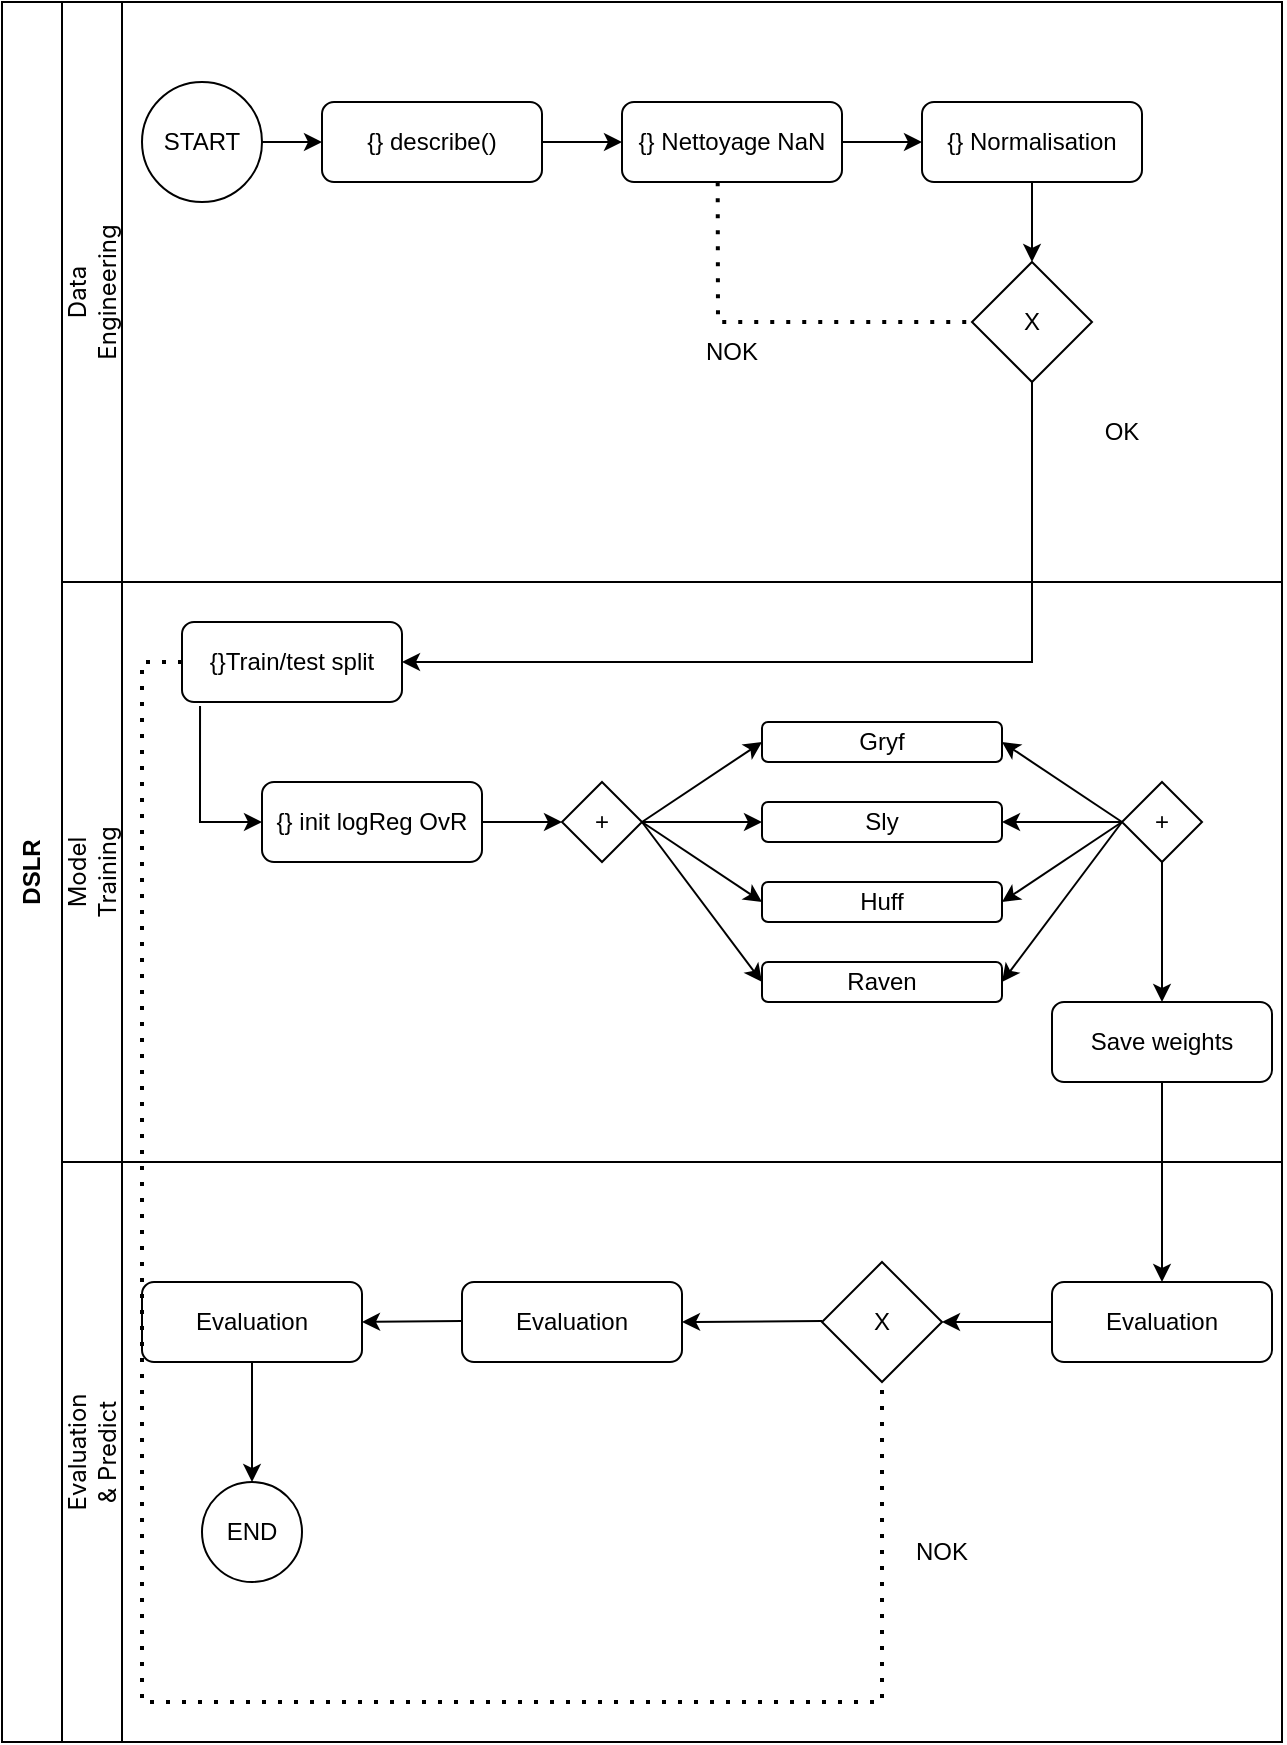
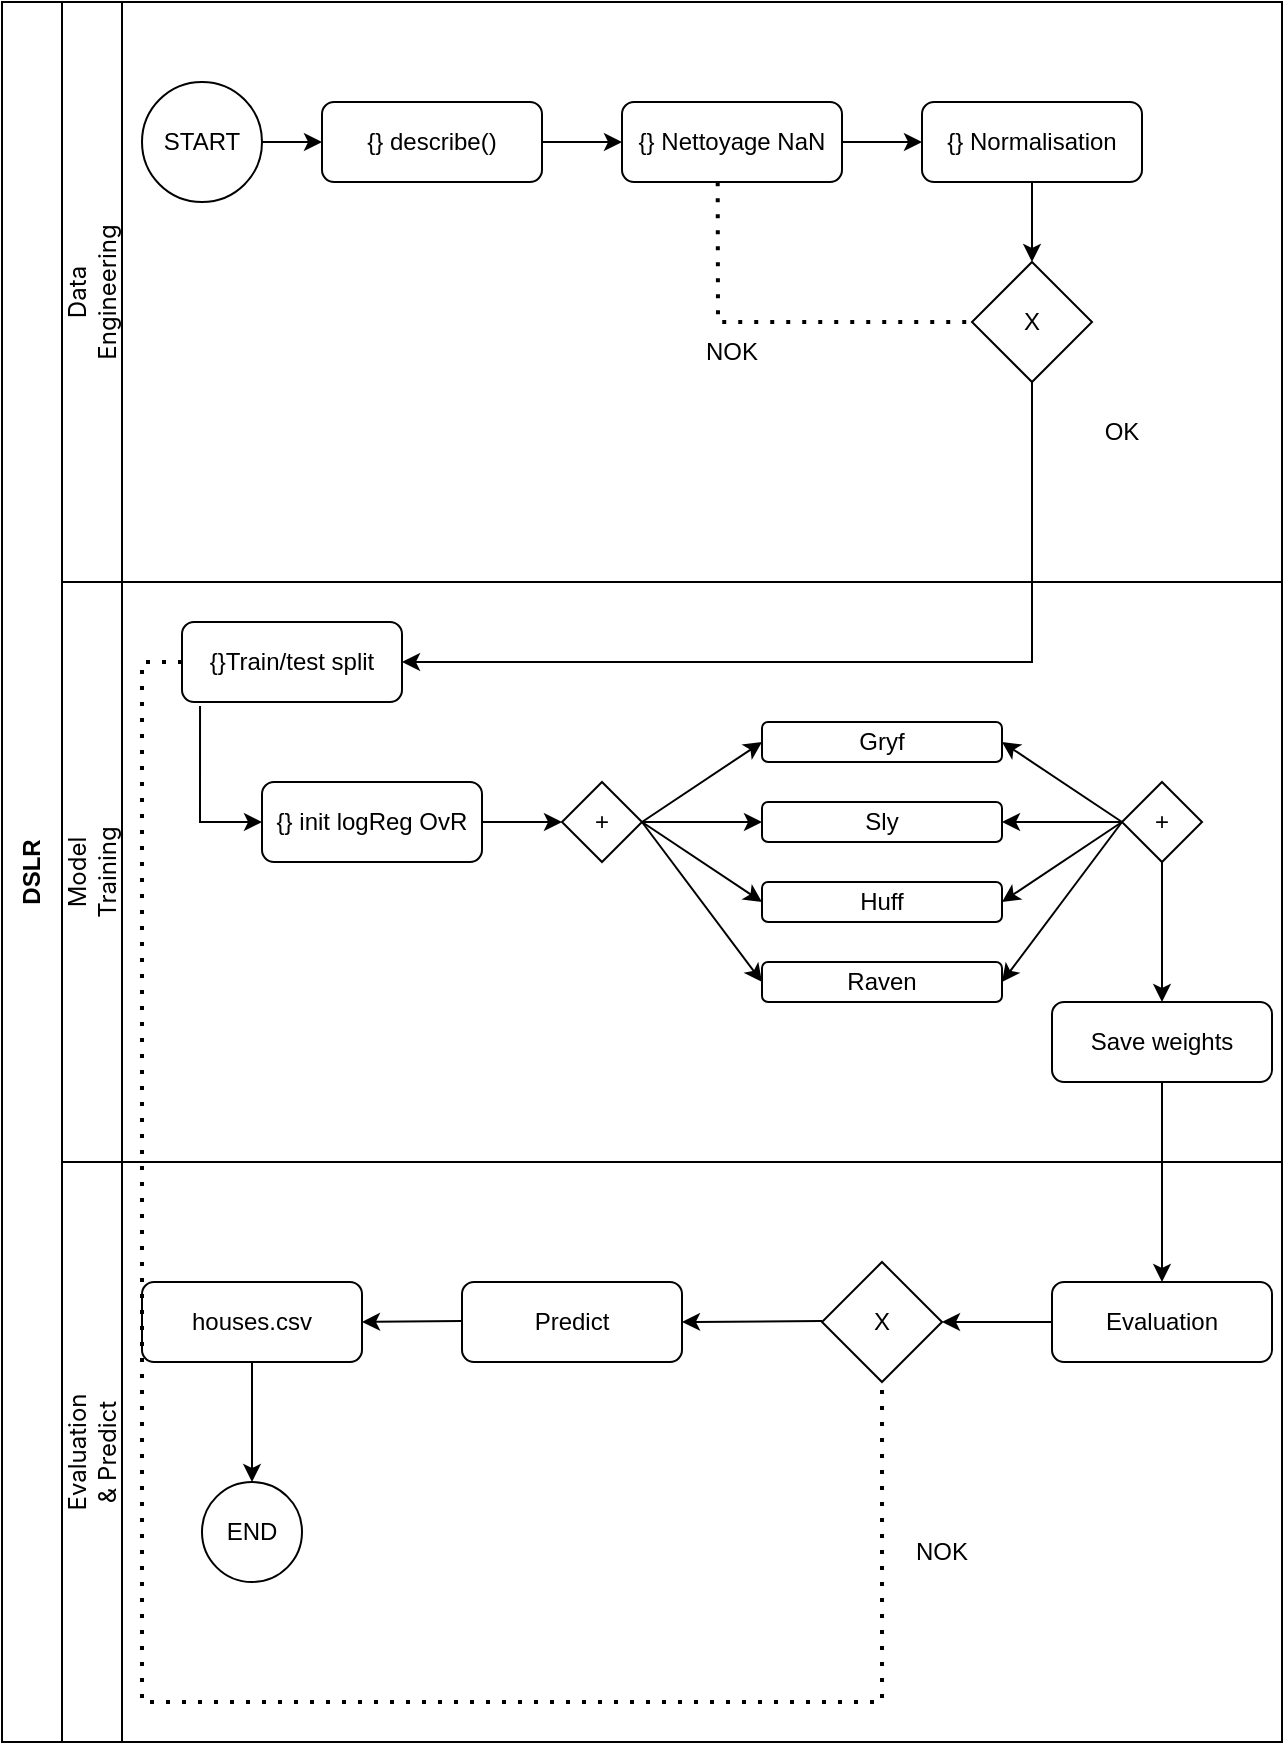
<mxfile host="app.diagrams.net">
  <diagram name="Page-1" id="0tKCiW2H9U9yNMpW7Atb">
    <mxGraphModel dx="1284" dy="913" grid="1" gridSize="10" guides="1" tooltips="1" connect="1" arrows="1" fold="1" page="1" pageScale="1" pageWidth="827" pageHeight="1169" math="0" shadow="0">
      <root>
        <mxCell id="0" />
        <mxCell id="1" parent="0" />
        <mxCell id="MoVcxeQHBZMtHFU29h8S-1" parent="1" style="swimlane;horizontal=0;whiteSpace=wrap;html=1;startSize=30;" value="DSLR" vertex="1">
          <mxGeometry height="870" width="640" x="80" y="30" as="geometry" />
        </mxCell>
        <mxCell id="MoVcxeQHBZMtHFU29h8S-6" parent="MoVcxeQHBZMtHFU29h8S-1" style="rounded=0;whiteSpace=wrap;html=1;" value="" vertex="1">
          <mxGeometry height="290" width="30" x="30" as="geometry" />
        </mxCell>
        <mxCell id="MoVcxeQHBZMtHFU29h8S-7" parent="MoVcxeQHBZMtHFU29h8S-1" style="rounded=0;whiteSpace=wrap;html=1;" value="" vertex="1">
          <mxGeometry height="290" width="30" x="30" y="290" as="geometry" />
        </mxCell>
        <mxCell id="MoVcxeQHBZMtHFU29h8S-8" parent="MoVcxeQHBZMtHFU29h8S-1" style="rounded=0;whiteSpace=wrap;html=1;" value="" vertex="1">
          <mxGeometry height="290" width="30" x="30" y="580" as="geometry" />
        </mxCell>
        <mxCell id="MoVcxeQHBZMtHFU29h8S-11" parent="MoVcxeQHBZMtHFU29h8S-1" style="text;html=1;whiteSpace=wrap;strokeColor=none;fillColor=none;align=center;verticalAlign=middle;rounded=0;rotation=-90;" value="&lt;span style=&quot;color: rgba(0, 0, 0, 0); font-family: monospace; font-size: 0px; text-align: start; text-wrap-mode: nowrap;&quot;&gt;%3CmxGraphModel%3E%3Croot%3E%3CmxCell%20id%3D%220%22%2F%3E%3CmxCell%20id%3D%221%22%20parent%3D%220%22%2F%3E%3CmxCell%20id%3D%222%22%20parent%3D%221%22%20style%3D%22text%3Bhtml%3D1%3BwhiteSpace%3Dwrap%3BstrokeColor%3Dnone%3BfillColor%3Dnone%3Balign%3Dcenter%3BverticalAlign%3Dmiddle%3Brounded%3D0%3Brotation%3D-90%3B%22%20value%3D%22%26lt%3Bspan%20style%3D%26quot%3Bfont-family%3A%20%26amp%3Bquot%3BAnthropic%20Sans%26amp%3Bquot%3B%2C%20-apple-system%2C%20BlinkMacSystemFont%2C%20%26amp%3Bquot%3BSegoe%20UI%26amp%3Bquot%3B%2C%20sans-serif%3B%20text-align%3A%20start%3B%20text-wrap-mode%3A%20nowrap%3B%26quot%3B%26gt%3BData%20Engineering%26lt%3B%2Fspan%26gt%3B%22%20vertex%3D%221%22%3E%3CmxGeometry%20height%3D%2230%22%20width%3D%2260%22%20x%3D%2295%22%20y%3D%22130%22%20as%3D%22geometry%22%2F%3E%3C%2FmxCell%3E%3C%2Froot%3E%3C%2FmxGraphModel%3E&lt;/span&gt;&lt;span style=&quot;font-family: &amp;quot;Anthropic Sans&amp;quot;, -apple-system, BlinkMacSystemFont, &amp;quot;Segoe UI&amp;quot;, sans-serif; text-align: start; text-wrap-mode: nowrap;&quot;&gt;Model Training&lt;/span&gt;" vertex="1">
          <mxGeometry height="30" width="60" x="15" y="420" as="geometry" />
        </mxCell>
        <mxCell id="MoVcxeQHBZMtHFU29h8S-9" parent="MoVcxeQHBZMtHFU29h8S-1" style="text;html=1;whiteSpace=wrap;strokeColor=none;fillColor=none;align=center;verticalAlign=middle;rounded=0;rotation=-90;" value="&lt;span style=&quot;font-family: &amp;quot;Anthropic Sans&amp;quot;, -apple-system, BlinkMacSystemFont, &amp;quot;Segoe UI&amp;quot;, sans-serif; text-align: start; text-wrap-mode: nowrap;&quot;&gt;Data Engineering&lt;/span&gt;" vertex="1">
          <mxGeometry height="30" width="60" x="15" y="130" as="geometry" />
        </mxCell>
        <mxCell id="MoVcxeQHBZMtHFU29h8S-12" parent="MoVcxeQHBZMtHFU29h8S-1" style="text;html=1;whiteSpace=wrap;strokeColor=none;fillColor=none;align=center;verticalAlign=middle;rounded=0;rotation=-90;" value="&lt;span style=&quot;font-family: &amp;quot;Anthropic Sans&amp;quot;, -apple-system, BlinkMacSystemFont, &amp;quot;Segoe UI&amp;quot;, sans-serif; text-align: start; text-wrap-mode: nowrap;&quot;&gt;Evaluation &amp;amp; Predict&lt;/span&gt;" vertex="1">
          <mxGeometry height="30" width="60" x="15" y="710" as="geometry" />
        </mxCell>
        <mxCell id="MoVcxeQHBZMtHFU29h8S-14" edge="1" parent="MoVcxeQHBZMtHFU29h8S-1" style="endArrow=none;html=1;rounded=0;exitX=1;exitY=0;exitDx=0;exitDy=0;" value="">
          <mxGeometry height="50" relative="1" width="50" as="geometry">
            <mxPoint x="60" y="290" as="sourcePoint" />
            <mxPoint x="640" y="290" as="targetPoint" />
          </mxGeometry>
        </mxCell>
        <mxCell id="MoVcxeQHBZMtHFU29h8S-16" parent="MoVcxeQHBZMtHFU29h8S-1" style="ellipse;whiteSpace=wrap;html=1;aspect=fixed;" value="START" vertex="1">
          <mxGeometry height="60" width="60" x="70" y="40" as="geometry" />
        </mxCell>
        <mxCell id="MoVcxeQHBZMtHFU29h8S-17" parent="MoVcxeQHBZMtHFU29h8S-1" style="rounded=1;whiteSpace=wrap;html=1;" value="{} describe()" vertex="1">
          <mxGeometry height="40" width="110" x="160" y="50" as="geometry" />
        </mxCell>
        <mxCell id="MoVcxeQHBZMtHFU29h8S-18" parent="MoVcxeQHBZMtHFU29h8S-1" style="rounded=1;whiteSpace=wrap;html=1;" value="{} Nettoyage NaN" vertex="1">
          <mxGeometry height="40" width="110" x="310" y="50" as="geometry" />
        </mxCell>
        <mxCell id="MoVcxeQHBZMtHFU29h8S-19" parent="MoVcxeQHBZMtHFU29h8S-1" style="rounded=1;whiteSpace=wrap;html=1;" value="{} Normalisation" vertex="1">
          <mxGeometry height="40" width="110" x="460" y="50" as="geometry" />
        </mxCell>
        <mxCell id="MoVcxeQHBZMtHFU29h8S-20" edge="1" parent="MoVcxeQHBZMtHFU29h8S-1" source="MoVcxeQHBZMtHFU29h8S-16" style="endArrow=classic;html=1;rounded=0;exitX=1;exitY=0.5;exitDx=0;exitDy=0;entryX=0;entryY=0.5;entryDx=0;entryDy=0;" target="MoVcxeQHBZMtHFU29h8S-17" value="">
          <mxGeometry height="50" relative="1" width="50" as="geometry">
            <mxPoint x="290" y="300" as="sourcePoint" />
            <mxPoint x="340" y="250" as="targetPoint" />
          </mxGeometry>
        </mxCell>
        <mxCell id="MoVcxeQHBZMtHFU29h8S-21" edge="1" parent="MoVcxeQHBZMtHFU29h8S-1" source="MoVcxeQHBZMtHFU29h8S-17" style="endArrow=classic;html=1;rounded=0;entryX=0;entryY=0.5;entryDx=0;entryDy=0;exitX=1;exitY=0.5;exitDx=0;exitDy=0;" target="MoVcxeQHBZMtHFU29h8S-18" value="">
          <mxGeometry height="50" relative="1" width="50" as="geometry">
            <mxPoint x="280" y="150" as="sourcePoint" />
            <mxPoint x="200" y="170" as="targetPoint" />
          </mxGeometry>
        </mxCell>
        <mxCell id="MoVcxeQHBZMtHFU29h8S-22" edge="1" parent="MoVcxeQHBZMtHFU29h8S-1" source="MoVcxeQHBZMtHFU29h8S-18" style="endArrow=classic;html=1;rounded=0;exitX=1;exitY=0.5;exitDx=0;exitDy=0;entryX=0;entryY=0.5;entryDx=0;entryDy=0;" target="MoVcxeQHBZMtHFU29h8S-19" value="">
          <mxGeometry height="50" relative="1" width="50" as="geometry">
            <mxPoint x="300" y="310" as="sourcePoint" />
            <mxPoint x="330" y="310" as="targetPoint" />
          </mxGeometry>
        </mxCell>
        <mxCell id="NjFdwsVWSedzDXnufngj-1" parent="MoVcxeQHBZMtHFU29h8S-1" style="rhombus;whiteSpace=wrap;html=1;" value="X" vertex="1">
          <mxGeometry height="60" width="60" x="485" y="130" as="geometry" />
        </mxCell>
        <mxCell id="NjFdwsVWSedzDXnufngj-2" edge="1" parent="MoVcxeQHBZMtHFU29h8S-1" source="MoVcxeQHBZMtHFU29h8S-19" style="endArrow=classic;html=1;rounded=0;exitX=0.5;exitY=1;exitDx=0;exitDy=0;entryX=0.5;entryY=0;entryDx=0;entryDy=0;" target="NjFdwsVWSedzDXnufngj-1" value="">
          <mxGeometry height="50" relative="1" width="50" as="geometry">
            <mxPoint x="310" y="460" as="sourcePoint" />
            <mxPoint x="360" y="410" as="targetPoint" />
          </mxGeometry>
        </mxCell>
        <mxCell id="NjFdwsVWSedzDXnufngj-3" edge="1" parent="MoVcxeQHBZMtHFU29h8S-1" source="MoVcxeQHBZMtHFU29h8S-18" style="endArrow=none;dashed=1;html=1;dashPattern=1 3;strokeWidth=2;rounded=0;exitX=0.435;exitY=1.003;exitDx=0;exitDy=0;exitPerimeter=0;entryX=0;entryY=0.5;entryDx=0;entryDy=0;" target="NjFdwsVWSedzDXnufngj-1" value="">
          <mxGeometry height="50" relative="1" width="50" as="geometry">
            <Array as="points">
              <mxPoint x="358" y="160" />
            </Array>
            <mxPoint x="310" y="460" as="sourcePoint" />
            <mxPoint x="360" y="410" as="targetPoint" />
          </mxGeometry>
        </mxCell>
        <mxCell id="Y2pQFW4uB6nNZTh3tdt7-1" parent="MoVcxeQHBZMtHFU29h8S-1" style="rounded=1;whiteSpace=wrap;html=1;" value="{}Train/test split" vertex="1">
          <mxGeometry height="40" width="110" x="90" y="310" as="geometry" />
        </mxCell>
        <mxCell id="Y2pQFW4uB6nNZTh3tdt7-2" parent="MoVcxeQHBZMtHFU29h8S-1" style="text;html=1;whiteSpace=wrap;strokeColor=none;fillColor=none;align=center;verticalAlign=middle;rounded=0;" value="OK" vertex="1">
          <mxGeometry height="30" width="60" x="530" y="200" as="geometry" />
        </mxCell>
        <mxCell id="Y2pQFW4uB6nNZTh3tdt7-3" parent="MoVcxeQHBZMtHFU29h8S-1" style="text;html=1;whiteSpace=wrap;strokeColor=none;fillColor=none;align=center;verticalAlign=middle;rounded=0;" value="NOK" vertex="1">
          <mxGeometry height="30" width="60" x="335" y="160" as="geometry" />
        </mxCell>
        <mxCell id="NjFdwsVWSedzDXnufngj-4" edge="1" parent="MoVcxeQHBZMtHFU29h8S-1" source="NjFdwsVWSedzDXnufngj-1" style="endArrow=classic;html=1;rounded=0;exitX=0.5;exitY=1;exitDx=0;exitDy=0;entryX=1;entryY=0.5;entryDx=0;entryDy=0;" target="Y2pQFW4uB6nNZTh3tdt7-1" value="">
          <mxGeometry height="50" relative="1" width="50" as="geometry">
            <Array as="points">
              <mxPoint x="515" y="330" />
            </Array>
            <mxPoint x="310" y="460" as="sourcePoint" />
            <mxPoint x="260" y="330" as="targetPoint" />
          </mxGeometry>
        </mxCell>
        <mxCell id="ep6Vcv9k_6ox0c88zH7_-3" edge="1" parent="MoVcxeQHBZMtHFU29h8S-1" source="ep6Vcv9k_6ox0c88zH7_-2" style="edgeStyle=orthogonalEdgeStyle;rounded=0;orthogonalLoop=1;jettySize=auto;html=1;exitX=0;exitY=0.5;exitDx=0;exitDy=0;">
          <mxGeometry relative="1" as="geometry">
            <mxPoint x="160" y="410" as="targetPoint" />
          </mxGeometry>
        </mxCell>
        <mxCell id="ep6Vcv9k_6ox0c88zH7_-18" edge="1" parent="MoVcxeQHBZMtHFU29h8S-1" source="ep6Vcv9k_6ox0c88zH7_-2" style="edgeStyle=orthogonalEdgeStyle;rounded=0;orthogonalLoop=1;jettySize=auto;html=1;" target="ep6Vcv9k_6ox0c88zH7_-16" value="">
          <mxGeometry relative="1" as="geometry" />
        </mxCell>
        <mxCell id="ep6Vcv9k_6ox0c88zH7_-2" parent="MoVcxeQHBZMtHFU29h8S-1" style="rounded=1;whiteSpace=wrap;html=1;" value="{} init logReg OvR" vertex="1">
          <mxGeometry height="40" width="110" x="130" y="390" as="geometry" />
        </mxCell>
        <mxCell id="ep6Vcv9k_6ox0c88zH7_-5" edge="1" parent="MoVcxeQHBZMtHFU29h8S-1" style="endArrow=classic;html=1;rounded=0;exitX=1;exitY=0.5;exitDx=0;exitDy=0;" value="">
          <mxGeometry height="50" relative="1" width="50" as="geometry">
            <Array as="points" />
            <mxPoint x="320" y="410" as="sourcePoint" />
            <mxPoint x="380" y="410" as="targetPoint" />
          </mxGeometry>
        </mxCell>
        <mxCell id="ep6Vcv9k_6ox0c88zH7_-6" edge="1" parent="MoVcxeQHBZMtHFU29h8S-1" source="ep6Vcv9k_6ox0c88zH7_-16" style="endArrow=classic;html=1;rounded=0;exitX=1;exitY=0.5;exitDx=0;exitDy=0;" value="">
          <mxGeometry height="50" relative="1" width="50" as="geometry">
            <Array as="points" />
            <mxPoint x="320" y="415" as="sourcePoint" />
            <mxPoint x="380" y="450" as="targetPoint" />
          </mxGeometry>
        </mxCell>
        <mxCell id="ep6Vcv9k_6ox0c88zH7_-7" edge="1" parent="MoVcxeQHBZMtHFU29h8S-1" source="ep6Vcv9k_6ox0c88zH7_-16" style="endArrow=classic;html=1;rounded=0;exitX=1;exitY=0.5;exitDx=0;exitDy=0;" value="">
          <mxGeometry height="50" relative="1" width="50" as="geometry">
            <Array as="points" />
            <mxPoint x="320" y="412.5" as="sourcePoint" />
            <mxPoint x="380" y="490" as="targetPoint" />
          </mxGeometry>
        </mxCell>
        <mxCell id="ep6Vcv9k_6ox0c88zH7_-8" parent="MoVcxeQHBZMtHFU29h8S-1" style="rounded=1;whiteSpace=wrap;html=1;" value="Gryf" vertex="1">
          <mxGeometry height="20" width="120" x="380" y="360" as="geometry" />
        </mxCell>
        <mxCell id="ep6Vcv9k_6ox0c88zH7_-11" parent="MoVcxeQHBZMtHFU29h8S-1" style="rounded=1;whiteSpace=wrap;html=1;" value="Raven" vertex="1">
          <mxGeometry height="20" width="120" x="380" y="480" as="geometry" />
        </mxCell>
        <mxCell id="ep6Vcv9k_6ox0c88zH7_-10" parent="MoVcxeQHBZMtHFU29h8S-1" style="rounded=1;whiteSpace=wrap;html=1;" value="Huff" vertex="1">
          <mxGeometry height="20" width="120" x="380" y="440" as="geometry" />
        </mxCell>
        <mxCell id="ep6Vcv9k_6ox0c88zH7_-9" parent="MoVcxeQHBZMtHFU29h8S-1" style="rounded=1;whiteSpace=wrap;html=1;" value="Sly" vertex="1">
          <mxGeometry height="20" width="120" x="380" y="400" as="geometry" />
        </mxCell>
        <mxCell id="ep6Vcv9k_6ox0c88zH7_-12" edge="1" parent="MoVcxeQHBZMtHFU29h8S-1" style="endArrow=classic;html=1;rounded=0;exitX=1;exitY=0.5;exitDx=0;exitDy=0;" value="">
          <mxGeometry height="50" relative="1" width="50" as="geometry">
            <Array as="points" />
            <mxPoint x="560" y="410" as="sourcePoint" />
            <mxPoint x="500" y="410" as="targetPoint" />
          </mxGeometry>
        </mxCell>
        <mxCell id="ep6Vcv9k_6ox0c88zH7_-13" edge="1" parent="MoVcxeQHBZMtHFU29h8S-1" source="ep6Vcv9k_6ox0c88zH7_-20" style="endArrow=classic;html=1;rounded=0;exitX=0;exitY=0.5;exitDx=0;exitDy=0;" value="">
          <mxGeometry height="50" relative="1" width="50" as="geometry">
            <Array as="points" />
            <mxPoint x="560" y="415" as="sourcePoint" />
            <mxPoint x="500" y="450" as="targetPoint" />
          </mxGeometry>
        </mxCell>
        <mxCell id="ep6Vcv9k_6ox0c88zH7_-14" edge="1" parent="MoVcxeQHBZMtHFU29h8S-1" source="ep6Vcv9k_6ox0c88zH7_-20" style="endArrow=classic;html=1;rounded=0;exitX=0;exitY=0.5;exitDx=0;exitDy=0;" value="">
          <mxGeometry height="50" relative="1" width="50" as="geometry">
            <Array as="points" />
            <mxPoint x="560" y="412.5" as="sourcePoint" />
            <mxPoint x="500" y="490" as="targetPoint" />
          </mxGeometry>
        </mxCell>
        <mxCell id="ep6Vcv9k_6ox0c88zH7_-15" edge="1" parent="MoVcxeQHBZMtHFU29h8S-1" style="endArrow=classic;html=1;rounded=0;exitX=1;exitY=0.5;exitDx=0;exitDy=0;" value="">
          <mxGeometry height="50" relative="1" width="50" as="geometry">
            <Array as="points" />
            <mxPoint x="560" y="410" as="sourcePoint" />
            <mxPoint x="500" y="370" as="targetPoint" />
          </mxGeometry>
        </mxCell>
        <mxCell id="ep6Vcv9k_6ox0c88zH7_-4" edge="1" parent="MoVcxeQHBZMtHFU29h8S-1" style="endArrow=classic;html=1;rounded=0;exitX=1;exitY=0.5;exitDx=0;exitDy=0;" value="">
          <mxGeometry height="50" relative="1" width="50" as="geometry">
            <Array as="points" />
            <mxPoint x="320" y="410" as="sourcePoint" />
            <mxPoint x="380" y="370" as="targetPoint" />
          </mxGeometry>
        </mxCell>
        <mxCell id="ep6Vcv9k_6ox0c88zH7_-16" parent="MoVcxeQHBZMtHFU29h8S-1" style="rhombus;whiteSpace=wrap;html=1;" value="+" vertex="1">
          <mxGeometry height="40" width="40" x="280" y="390" as="geometry" />
        </mxCell>
        <mxCell id="ep6Vcv9k_6ox0c88zH7_-20" parent="MoVcxeQHBZMtHFU29h8S-1" style="rhombus;whiteSpace=wrap;html=1;" value="+" vertex="1">
          <mxGeometry height="40" width="40" x="560" y="390" as="geometry" />
        </mxCell>
        <mxCell id="ep6Vcv9k_6ox0c88zH7_-21" edge="1" parent="MoVcxeQHBZMtHFU29h8S-1" source="ep6Vcv9k_6ox0c88zH7_-20" style="endArrow=classic;html=1;rounded=0;exitX=0.5;exitY=1;exitDx=0;exitDy=0;" value="">
          <mxGeometry height="50" relative="1" width="50" as="geometry">
            <mxPoint x="530" y="515" as="sourcePoint" />
            <mxPoint x="580" y="500" as="targetPoint" />
          </mxGeometry>
        </mxCell>
        <mxCell id="ep6Vcv9k_6ox0c88zH7_-23" parent="MoVcxeQHBZMtHFU29h8S-1" style="rounded=1;whiteSpace=wrap;html=1;" value="Save weights" vertex="1">
          <mxGeometry height="40" width="110" x="525" y="500" as="geometry" />
        </mxCell>
        <mxCell id="ep6Vcv9k_6ox0c88zH7_-25" parent="MoVcxeQHBZMtHFU29h8S-1" style="rounded=1;whiteSpace=wrap;html=1;" value="Evaluation" vertex="1">
          <mxGeometry height="40" width="110" x="525" y="640" as="geometry" />
        </mxCell>
        <mxCell id="ep6Vcv9k_6ox0c88zH7_-27" parent="MoVcxeQHBZMtHFU29h8S-1" style="rhombus;whiteSpace=wrap;html=1;" value="X" vertex="1">
          <mxGeometry height="60" width="60" x="410" y="630" as="geometry" />
        </mxCell>
        <mxCell id="ep6Vcv9k_6ox0c88zH7_-28" edge="1" parent="MoVcxeQHBZMtHFU29h8S-1" style="endArrow=classic;html=1;rounded=0;exitX=0;exitY=0.5;exitDx=0;exitDy=0;" value="">
          <mxGeometry height="50" relative="1" width="50" as="geometry">
            <mxPoint x="410" y="659.5" as="sourcePoint" />
            <mxPoint x="340" y="660" as="targetPoint" />
          </mxGeometry>
        </mxCell>
        <mxCell id="ep6Vcv9k_6ox0c88zH7_-29" edge="1" parent="MoVcxeQHBZMtHFU29h8S-1" style="endArrow=classic;html=1;rounded=0;exitX=0;exitY=0.5;exitDx=0;exitDy=0;" value="">
          <mxGeometry height="50" relative="1" width="50" as="geometry">
            <mxPoint x="230" y="659.5" as="sourcePoint" />
            <mxPoint x="180" y="660" as="targetPoint" />
          </mxGeometry>
        </mxCell>
        <mxCell id="ep6Vcv9k_6ox0c88zH7_-26" edge="1" parent="MoVcxeQHBZMtHFU29h8S-1" source="ep6Vcv9k_6ox0c88zH7_-25" style="endArrow=classic;html=1;rounded=0;exitX=0;exitY=0.5;exitDx=0;exitDy=0;" value="">
          <mxGeometry height="50" relative="1" width="50" as="geometry">
            <mxPoint x="310" y="460" as="sourcePoint" />
            <mxPoint x="470" y="660" as="targetPoint" />
          </mxGeometry>
        </mxCell>
-         <mxCell id="ep6Vcv9k_6ox0c88zH7_-31" parent="MoVcxeQHBZMtHFU29h8S-1" style="rounded=1;whiteSpace=wrap;html=1;" value="Evaluation" vertex="1">
+         <mxCell id="ep6Vcv9k_6ox0c88zH7_-31" parent="MoVcxeQHBZMtHFU29h8S-1" style="rounded=1;whiteSpace=wrap;html=1;" value="Predict" vertex="1">
          <mxGeometry height="40" width="110" x="230" y="640" as="geometry" />
        </mxCell>
-         <mxCell id="ep6Vcv9k_6ox0c88zH7_-32" parent="MoVcxeQHBZMtHFU29h8S-1" style="rounded=1;whiteSpace=wrap;html=1;" value="Evaluation" vertex="1">
+         <mxCell id="ep6Vcv9k_6ox0c88zH7_-32" parent="MoVcxeQHBZMtHFU29h8S-1" style="rounded=1;whiteSpace=wrap;html=1;" value="houses.csv" vertex="1">
          <mxGeometry height="40" width="110" x="70" y="640" as="geometry" />
        </mxCell>
        <mxCell id="ep6Vcv9k_6ox0c88zH7_-33" edge="1" parent="MoVcxeQHBZMtHFU29h8S-1" source="ep6Vcv9k_6ox0c88zH7_-32" style="endArrow=classic;html=1;rounded=0;exitX=0.5;exitY=1;exitDx=0;exitDy=0;entryX=0.5;entryY=0;entryDx=0;entryDy=0;" target="ep6Vcv9k_6ox0c88zH7_-34" value="">
          <mxGeometry height="50" relative="1" width="50" as="geometry">
            <mxPoint x="140" y="710" as="sourcePoint" />
            <mxPoint x="117" y="740" as="targetPoint" />
          </mxGeometry>
        </mxCell>
        <mxCell id="ep6Vcv9k_6ox0c88zH7_-34" parent="MoVcxeQHBZMtHFU29h8S-1" style="ellipse;whiteSpace=wrap;html=1;aspect=fixed;" value="END" vertex="1">
          <mxGeometry height="50" width="50" x="100" y="740" as="geometry" />
        </mxCell>
        <mxCell id="ep6Vcv9k_6ox0c88zH7_-35" edge="1" parent="MoVcxeQHBZMtHFU29h8S-1" source="Y2pQFW4uB6nNZTh3tdt7-1" style="endArrow=none;dashed=1;html=1;dashPattern=1 3;strokeWidth=2;rounded=0;entryX=0.5;entryY=1;entryDx=0;entryDy=0;exitX=0;exitY=0.5;exitDx=0;exitDy=0;" target="ep6Vcv9k_6ox0c88zH7_-27" value="">
          <mxGeometry height="50" relative="1" width="50" as="geometry">
            <Array as="points">
              <mxPoint x="70" y="330" />
              <mxPoint x="70" y="850" />
              <mxPoint x="440" y="850" />
            </Array>
            <mxPoint x="380" y="750" as="sourcePoint" />
            <mxPoint x="430" y="700" as="targetPoint" />
          </mxGeometry>
        </mxCell>
        <mxCell id="ep6Vcv9k_6ox0c88zH7_-36" parent="MoVcxeQHBZMtHFU29h8S-1" style="text;html=1;whiteSpace=wrap;strokeColor=none;fillColor=none;align=center;verticalAlign=middle;rounded=0;" value="NOK" vertex="1">
          <mxGeometry height="30" width="60" x="440" y="760" as="geometry" />
        </mxCell>
        <mxCell id="MoVcxeQHBZMtHFU29h8S-13" edge="1" parent="1" source="MoVcxeQHBZMtHFU29h8S-8" style="endArrow=none;html=1;rounded=0;exitX=1;exitY=0;exitDx=0;exitDy=0;" value="">
          <mxGeometry height="50" relative="1" width="50" as="geometry">
            <mxPoint x="390" y="710" as="sourcePoint" />
            <mxPoint x="720" y="610" as="targetPoint" />
          </mxGeometry>
        </mxCell>
        <mxCell id="ep6Vcv9k_6ox0c88zH7_-1" edge="1" parent="1" source="Y2pQFW4uB6nNZTh3tdt7-1" style="endArrow=classic;html=1;rounded=0;exitX=0.082;exitY=1.05;exitDx=0;exitDy=0;exitPerimeter=0;" value="">
          <mxGeometry height="50" relative="1" width="50" as="geometry">
            <Array as="points">
              <mxPoint x="179" y="440" />
            </Array>
            <mxPoint x="390" y="490" as="sourcePoint" />
            <mxPoint x="210" y="440" as="targetPoint" />
          </mxGeometry>
        </mxCell>
        <mxCell id="ep6Vcv9k_6ox0c88zH7_-24" edge="1" parent="1" source="ep6Vcv9k_6ox0c88zH7_-23" style="endArrow=classic;html=1;rounded=0;exitX=0.5;exitY=1;exitDx=0;exitDy=0;" value="">
          <mxGeometry height="50" relative="1" width="50" as="geometry">
            <mxPoint x="390" y="490" as="sourcePoint" />
            <mxPoint x="660" y="670" as="targetPoint" />
          </mxGeometry>
        </mxCell>
      </root>
    </mxGraphModel>
  </diagram>
</mxfile>
